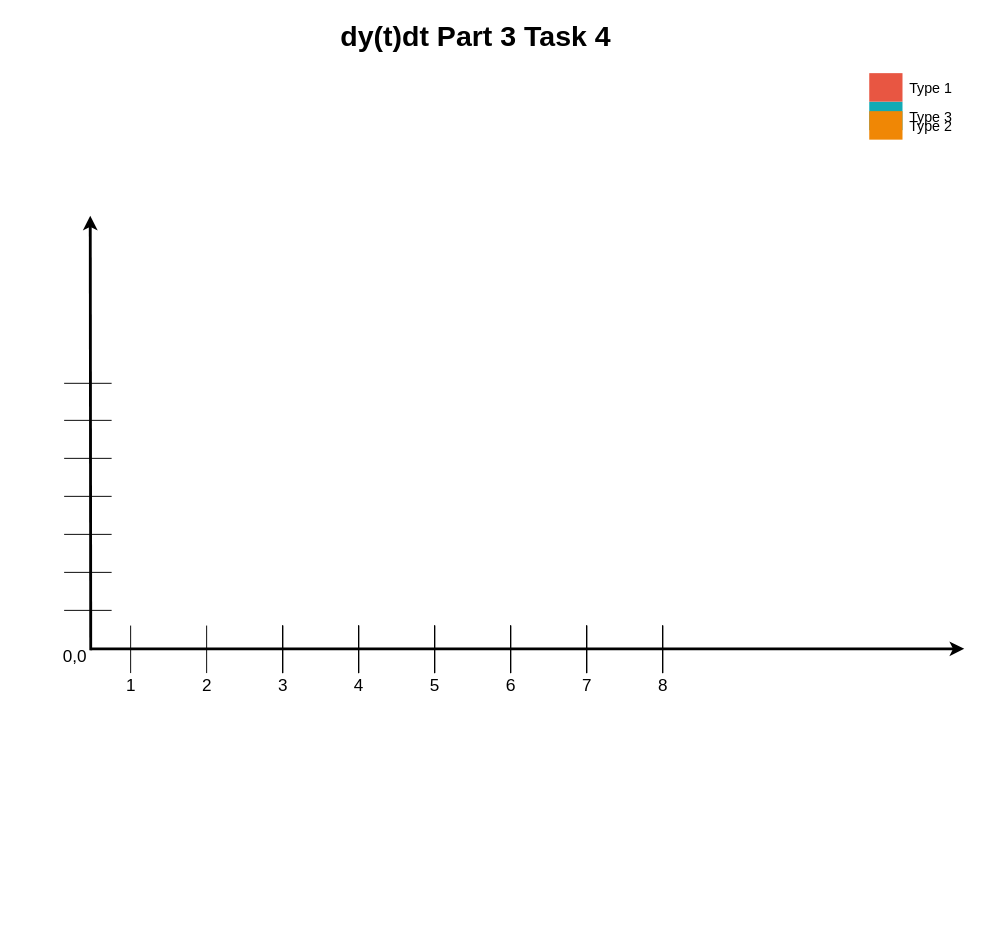
Before: derivative plot.drawio in PorterCodeExporter/ECE351_REPORTS, a draw.io diagram. Source tidied: cells renumbered, new cells numbered last; positions are measured from the earlier drawing's top-left corner, leaving out a move shared by most shapes. Both pictures are drawn from the tidied source at 95%, with x=0, y=0 at pixel (59, 15).
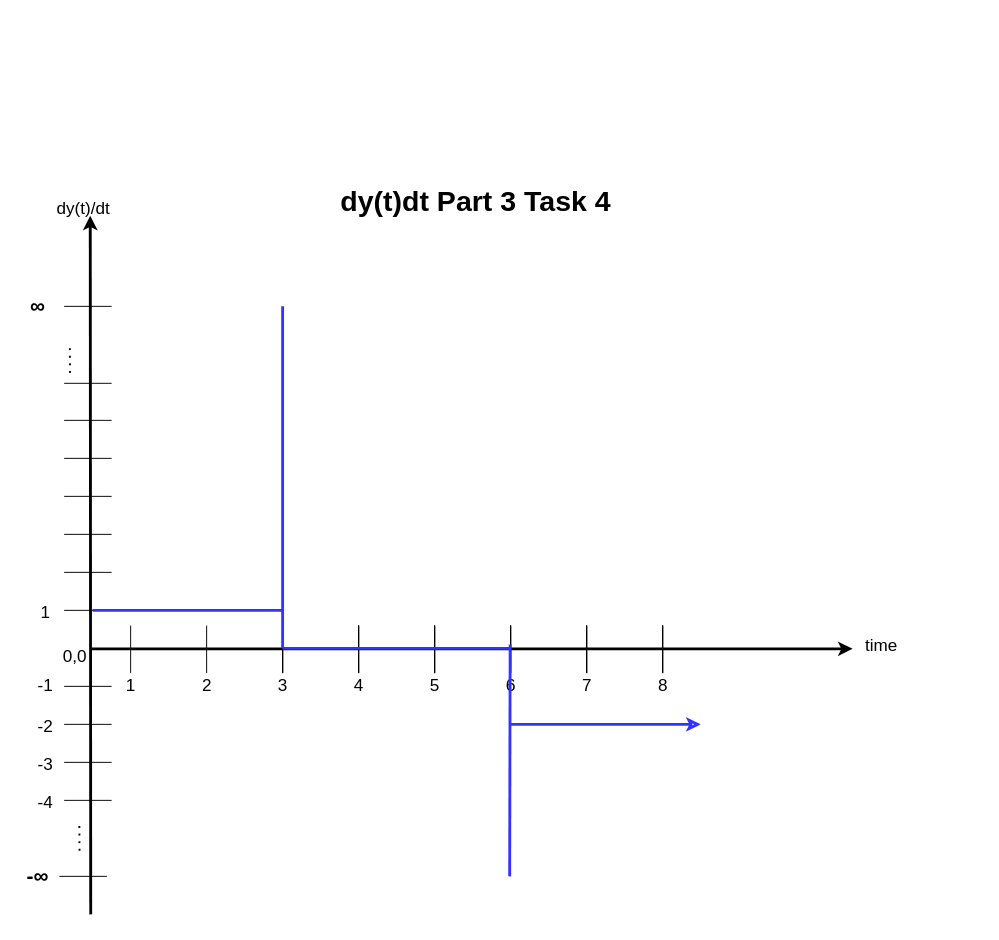
The same page after the edit.

Diff of the diagram source:
```diff
@@
     <mxCell id="2" style="edgeStyle=none;html=1;fontColor=#000000;strokeWidth=3;strokeColor=#000000;" parent="1" edge="1">
       <mxGeometry relative="1" as="geometry">
-        <mxPoint x="33" y="668" as="sourcePoint" />
+        <mxPoint x="33" y="946" as="sourcePoint" />
         <mxPoint x="32.5" y="210.5" as="targetPoint" />
       </mxGeometry>
     </mxCell>
     <mxCell id="3" style="edgeStyle=none;html=1;fontColor=#000000;strokeWidth=3;strokeColor=#000000;" parent="1" edge="1">
       <mxGeometry relative="1" as="geometry">
         <mxPoint x="32.5" y="666.5" as="sourcePoint" />
-        <mxPoint x="952.5" y="666.5" as="targetPoint" />
+        <mxPoint x="835" y="666.5" as="targetPoint" />
       </mxGeometry>
     </mxCell>
@@
-    <mxCell id="5" style="whiteSpace=wrap;fillColor=#12AAB5;gradientColor=none;gradientDirection=east;strokeColor=none;html=1;fontColor=#23445d;" parent="1" vertex="1">
-      <mxGeometry x="852.5" y="90.5" width="35" height="30" as="geometry" />
-    </mxCell>
-    <mxCell id="6" style="whiteSpace=wrap;fillColor=#F08705;gradientColor=none;gradientDirection=east;strokeColor=none;html=1;fontColor=#23445d;" parent="1" vertex="1">
-      <mxGeometry x="852.5" y="100.5" width="35" height="30" as="geometry" />
-    </mxCell>
-    <mxCell id="7" style="whiteSpace=wrap;fillColor=#E85642;gradientColor=none;gradientDirection=east;strokeColor=none;html=1;fontColor=#23445d;" parent="1" vertex="1">
-      <mxGeometry x="852.5" y="60.5" width="35" height="30" as="geometry" />
-    </mxCell>
-    <mxCell id="8" value="Type 1" style="text;spacingTop=-5;html=1;fontSize=15;" parent="1" vertex="1">
-      <mxGeometry x="892.5" y="65.5" width="80" height="20" as="geometry" />
-    </mxCell>
-    <mxCell id="9" value="Type 2" style="text;spacingTop=-5;html=1;fontSize=15;" parent="1" vertex="1">
-      <mxGeometry x="892.5" y="105.5" width="80" height="20" as="geometry" />
-    </mxCell>
-    <mxCell id="10" value="Type 3" style="text;spacingTop=-5;html=1;fontSize=15;" parent="1" vertex="1">
-      <mxGeometry x="892.5" y="95.5" width="80" height="20" as="geometry" />
-    </mxCell>
     <mxCell id="11" value="dy(t)dt Part 3 Task 4" style="text;spacingTop=-5;align=center;verticalAlign=middle;fontSize=30;fontStyle=1;html=1;" parent="1" vertex="1">
-      <mxGeometry x="32.5" y="0.5" width="810" height="45" as="geometry" />
+      <mxGeometry x="32.5" y="175" width="810" height="45" as="geometry" />
     </mxCell>
@@
+    <mxCell id="53" style="endArrow=none;html=1;fillColor=#f8cecc;strokeColor=#3333FF;endSize=6;startSize=6;strokeWidth=3;" parent="1" edge="1">
+      <mxGeometry relative="1" as="geometry">
+        <mxPoint x="35" y="626" as="sourcePoint" />
+        <mxPoint x="235" y="626" as="targetPoint" />
+      </mxGeometry>
+    </mxCell>
+    <mxCell id="54" style="endArrow=none;html=1;fillColor=#f8cecc;strokeColor=#3333FF;endSize=6;startSize=6;strokeWidth=3;" parent="1" edge="1">
+      <mxGeometry relative="1" as="geometry">
+        <mxPoint x="235" y="306" as="sourcePoint" />
+        <mxPoint x="235" y="666" as="targetPoint" />
+      </mxGeometry>
+    </mxCell>
+    <mxCell id="55" style="endArrow=none;dashed=1;html=1;dashPattern=1 3;strokeWidth=2;" parent="1" edge="1">
+      <mxGeometry relative="1" as="geometry">
+        <mxPoint x="11.2" y="376" as="sourcePoint" />
+        <mxPoint x="11" y="346" as="targetPoint" />
+      </mxGeometry>
+    </mxCell>
+    <mxCell id="56" style="endArrow=none;html=1;" parent="1" edge="1">
+      <mxGeometry relative="1" as="geometry">
+        <mxPoint x="55" y="306" as="sourcePoint" />
+        <mxPoint x="5" y="306" as="targetPoint" />
+      </mxGeometry>
+    </mxCell>
+    <mxCell id="57" style="endArrow=none;html=1;fillColor=#f8cecc;strokeColor=#3333FF;endSize=6;startSize=6;strokeWidth=3;" parent="1" edge="1">
+      <mxGeometry relative="1" as="geometry">
+        <mxPoint x="235" y="666" as="sourcePoint" />
+        <mxPoint x="475" y="666" as="targetPoint" />
+      </mxGeometry>
+    </mxCell>
+    <mxCell id="58" style="endArrow=none;html=1;" parent="1" edge="1">
+      <mxGeometry relative="1" as="geometry">
+        <mxPoint x="50" y="906" as="sourcePoint" />
+        <mxPoint y="906" as="targetPoint" />
+      </mxGeometry>
+    </mxCell>
+    <mxCell id="59" style="endArrow=none;html=1;" parent="1" edge="1">
+      <mxGeometry relative="1" as="geometry">
+        <mxPoint x="55" y="826" as="sourcePoint" />
+        <mxPoint x="5" y="826" as="targetPoint" />
+      </mxGeometry>
+    </mxCell>
+    <mxCell id="60" style="endArrow=none;html=1;" parent="1" edge="1">
+      <mxGeometry relative="1" as="geometry">
+        <mxPoint x="55" y="786" as="sourcePoint" />
+        <mxPoint x="5" y="786" as="targetPoint" />
+      </mxGeometry>
+    </mxCell>
+    <mxCell id="61" style="endArrow=none;html=1;" parent="1" edge="1">
+      <mxGeometry relative="1" as="geometry">
+        <mxPoint x="55" y="746" as="sourcePoint" />
+        <mxPoint x="5" y="746" as="targetPoint" />
+      </mxGeometry>
+    </mxCell>
+    <mxCell id="62" style="endArrow=none;html=1;" parent="1" edge="1">
+      <mxGeometry relative="1" as="geometry">
+        <mxPoint x="55" y="706" as="sourcePoint" />
+        <mxPoint x="5" y="706" as="targetPoint" />
+      </mxGeometry>
+    </mxCell>
+    <mxCell id="63" style="endArrow=none;dashed=1;html=1;dashPattern=1 3;strokeWidth=2;" parent="1" edge="1">
+      <mxGeometry relative="1" as="geometry">
+        <mxPoint x="21.2" y="879" as="sourcePoint" />
+        <mxPoint x="21" y="849" as="targetPoint" />
+      </mxGeometry>
+    </mxCell>
+    <mxCell id="64" style="endArrow=none;html=1;fillColor=#f8cecc;strokeColor=#3333FF;endSize=6;startSize=6;strokeWidth=3;" parent="1" edge="1">
+      <mxGeometry relative="1" as="geometry">
+        <mxPoint x="474.5" y="662" as="sourcePoint" />
+        <mxPoint x="474" y="906" as="targetPoint" />
+      </mxGeometry>
+    </mxCell>
+    <mxCell id="65" style="endArrow=classic;html=1;fillColor=#f8cecc;strokeColor=#3333FF;strokeWidth=3;targetPerimeterSpacing=9;endFill=0;" parent="1" edge="1">
+      <mxGeometry relative="1" as="geometry">
+        <mxPoint x="475" y="746" as="sourcePoint" />
+        <mxPoint x="675" y="746" as="targetPoint" />
+      </mxGeometry>
+    </mxCell>
+    <mxCell id="66" value="&lt;p class=&quot;MsoNormal&quot; align=&quot;center&quot;&gt;&lt;font size=&quot;1&quot;&gt;&lt;b style=&quot;font-size: 22px&quot;&gt;∞&lt;/b&gt;&lt;/font&gt;&lt;span style=&quot;font-size: 13px&quot;&gt;&lt;/span&gt;&lt;/p&gt;" style="text;html=1;strokeColor=none;fillColor=none;align=center;verticalAlign=middle;whiteSpace=wrap;rounded=0;" parent="1" vertex="1">
+      <mxGeometry x="-45" y="296" width="45" height="20" as="geometry" />
+    </mxCell>
+    <mxCell id="67" value="&lt;p class=&quot;MsoNormal&quot; align=&quot;center&quot;&gt;&lt;font size=&quot;1&quot;&gt;&lt;b style=&quot;font-size: 22px&quot;&gt;-∞&lt;/b&gt;&lt;/font&gt;&lt;span style=&quot;font-size: 13px&quot;&gt;&lt;/span&gt;&lt;/p&gt;" style="text;html=1;strokeColor=none;fillColor=none;align=center;verticalAlign=middle;whiteSpace=wrap;rounded=0;" parent="1" vertex="1">
+      <mxGeometry x="-45" y="896" width="45" height="20" as="geometry" />
+    </mxCell>
+    <mxCell id="68" value="1" style="text;spacingTop=-5;align=center;verticalAlign=middle;fontStyle=0;html=1;fontSize=18;strokeColor=none;" parent="1" vertex="1">
+      <mxGeometry x="-45" y="616" width="60" height="30" as="geometry" />
+    </mxCell>
+    <mxCell id="69" value="-1" style="text;spacingTop=-5;align=center;verticalAlign=middle;fontStyle=0;html=1;fontSize=18;strokeColor=none;" parent="1" vertex="1">
+      <mxGeometry x="-45" y="692" width="60" height="30" as="geometry" />
+    </mxCell>
+    <mxCell id="70" value="-2" style="text;spacingTop=-5;align=center;verticalAlign=middle;fontStyle=0;html=1;fontSize=18;strokeColor=none;" parent="1" vertex="1">
+      <mxGeometry x="-45" y="736" width="60" height="30" as="geometry" />
+    </mxCell>
+    <mxCell id="71" value="-3" style="text;spacingTop=-5;align=center;verticalAlign=middle;fontStyle=0;html=1;fontSize=18;strokeColor=none;" parent="1" vertex="1">
+      <mxGeometry x="-45" y="776" width="60" height="30" as="geometry" />
+    </mxCell>
+    <mxCell id="72" value="-4" style="text;spacingTop=-5;align=center;verticalAlign=middle;fontStyle=0;html=1;fontSize=18;strokeColor=none;" parent="1" vertex="1">
+      <mxGeometry x="-45" y="816" width="60" height="30" as="geometry" />
+    </mxCell>
+    <mxCell id="73" value="time" style="text;spacingTop=-5;align=center;verticalAlign=middle;fontStyle=0;html=1;fontSize=18;strokeColor=none;" parent="1" vertex="1">
+      <mxGeometry x="805" y="650.5" width="120" height="30" as="geometry" />
+    </mxCell>
+    <mxCell id="74" value="dy(t)/dt" style="text;spacingTop=-5;align=center;verticalAlign=middle;fontStyle=0;html=1;fontSize=18;strokeColor=none;" parent="1" vertex="1">
+      <mxGeometry x="-35" y="190" width="120" height="30" as="geometry" />
+    </mxCell>
```
